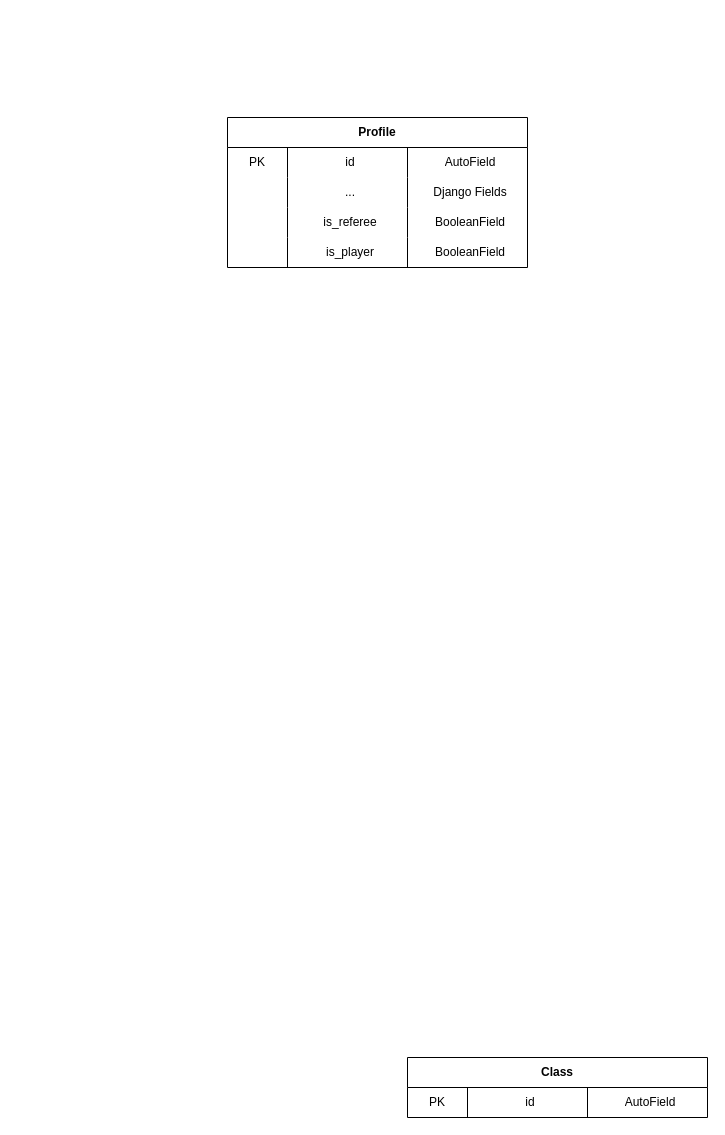
JuanSobalvarro/tt-ranking-system keeps this draw.io diagram as ttranking.drawio. Above is the earlier version. Source tidied: cells renumbered, new cells numbered last; positions are measured from the earlier drawing's top-left corner, leaving out a move shared by most shapes. Both pictures are drawn from the tidied source at 100%, with x=0, y=0 at pixel (227, 117).
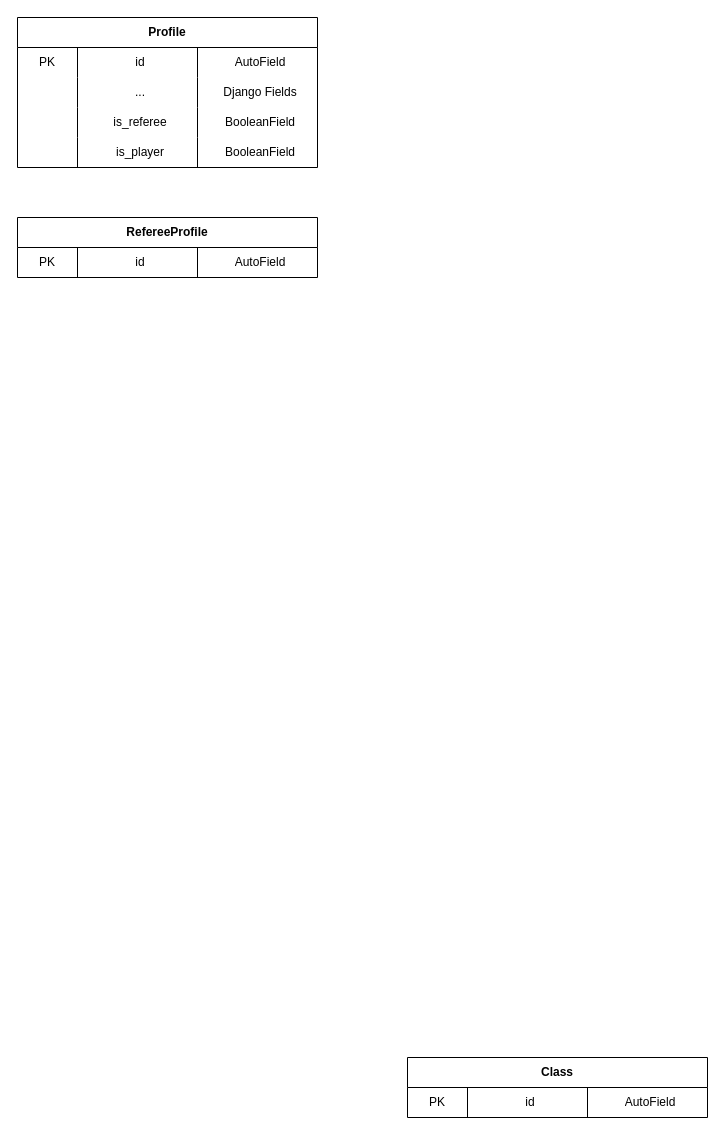
The same diagram, later.

The edit, as a diff of the source:
```diff
@@
     <mxCell id="7" value="Profile" style="shape=table;startSize=30;childLayout=tableLayout;rowLines=0;fontStyle=1;align=center;html=1;whiteSpace=wrap;" parent="1" vertex="1">
-      <mxGeometry width="300" height="150" as="geometry" />
+      <mxGeometry x="-210" y="-100" width="300" height="150" as="geometry" />
     </mxCell>
@@
+    <mxCell id="24" value="RefereeProfile" style="shape=table;startSize=30;childLayout=tableLayout;rowLines=0;fontStyle=1;align=center;html=1;whiteSpace=wrap;" parent="1" vertex="1">
+      <mxGeometry x="-210" y="100" width="300" height="60" as="geometry" />
+    </mxCell>
+    <mxCell id="25" style="shape=tableRow;horizontal=0;startSize=0;swimlaneHead=0;swimlaneBody=0;fillColor=none;top=0;left=0;right=0;bottom=0;html=1;align=center;" parent="24" vertex="1">
+      <mxGeometry y="30" width="300" height="30" as="geometry" />
+    </mxCell>
+    <mxCell id="26" value="PK" style="shape=partialRectangle;fillColor=none;top=0;left=0;bottom=0;right=0;overflow=hidden;html=1;whiteSpace=wrap;align=center;" parent="25" vertex="1">
+      <mxGeometry width="60" height="30" as="geometry" />
+    </mxCell>
+    <mxCell id="27" value="id" style="shape=partialRectangle;fillColor=none;top=0;left=0;bottom=0;right=0;align=center;spacingLeft=6;overflow=hidden;html=1;whiteSpace=wrap;" parent="25" vertex="1">
+      <mxGeometry x="60" width="120" height="30" as="geometry" />
+    </mxCell>
+    <mxCell id="28" value="AutoField" style="shape=partialRectangle;fillColor=none;top=0;left=0;bottom=0;right=0;align=center;spacingLeft=6;overflow=hidden;html=1;whiteSpace=wrap;" parent="25" vertex="1">
+      <mxGeometry x="180" width="120" height="30" as="geometry" />
+    </mxCell>
```
